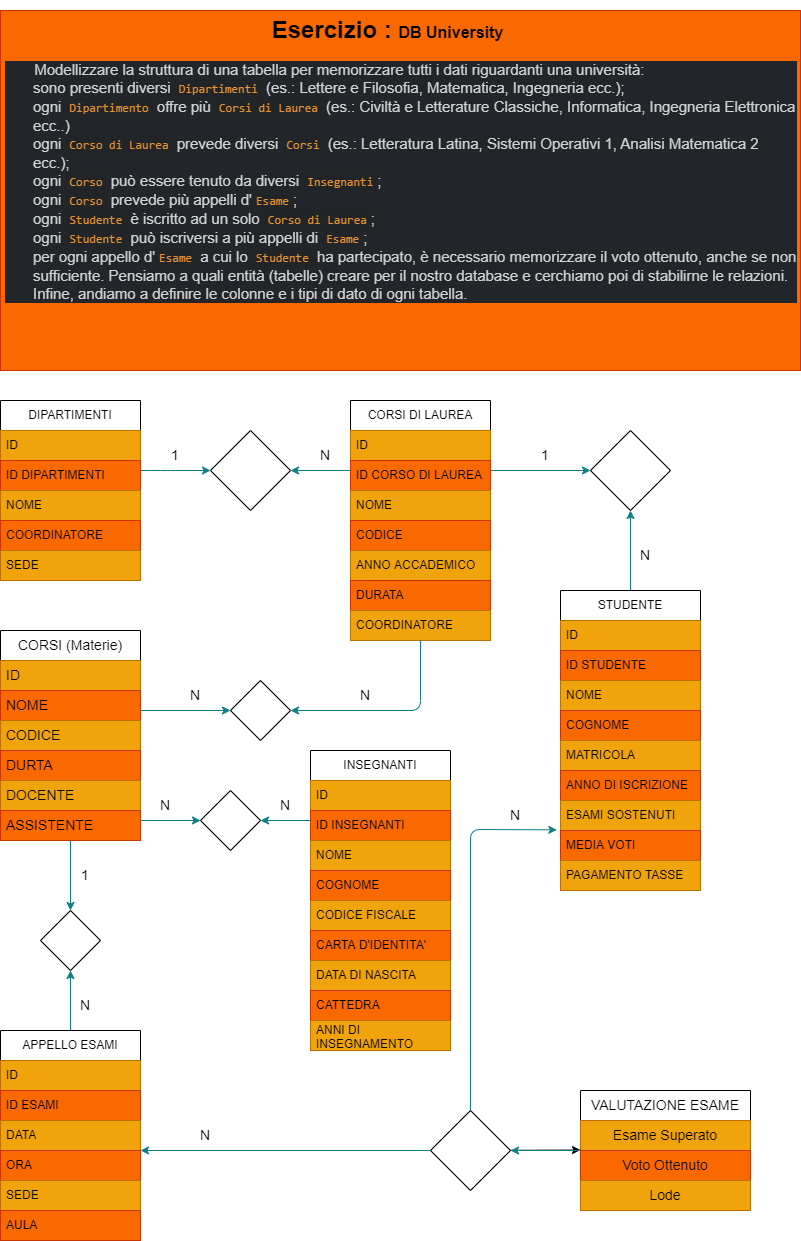
Above: index.png in Huntney1/db-university (draw.io), before the change. Source tidied: cells renumbered, new cells last; positions are measured from the earlier drawing's top-left corner, leaving out a move shared by most shapes.
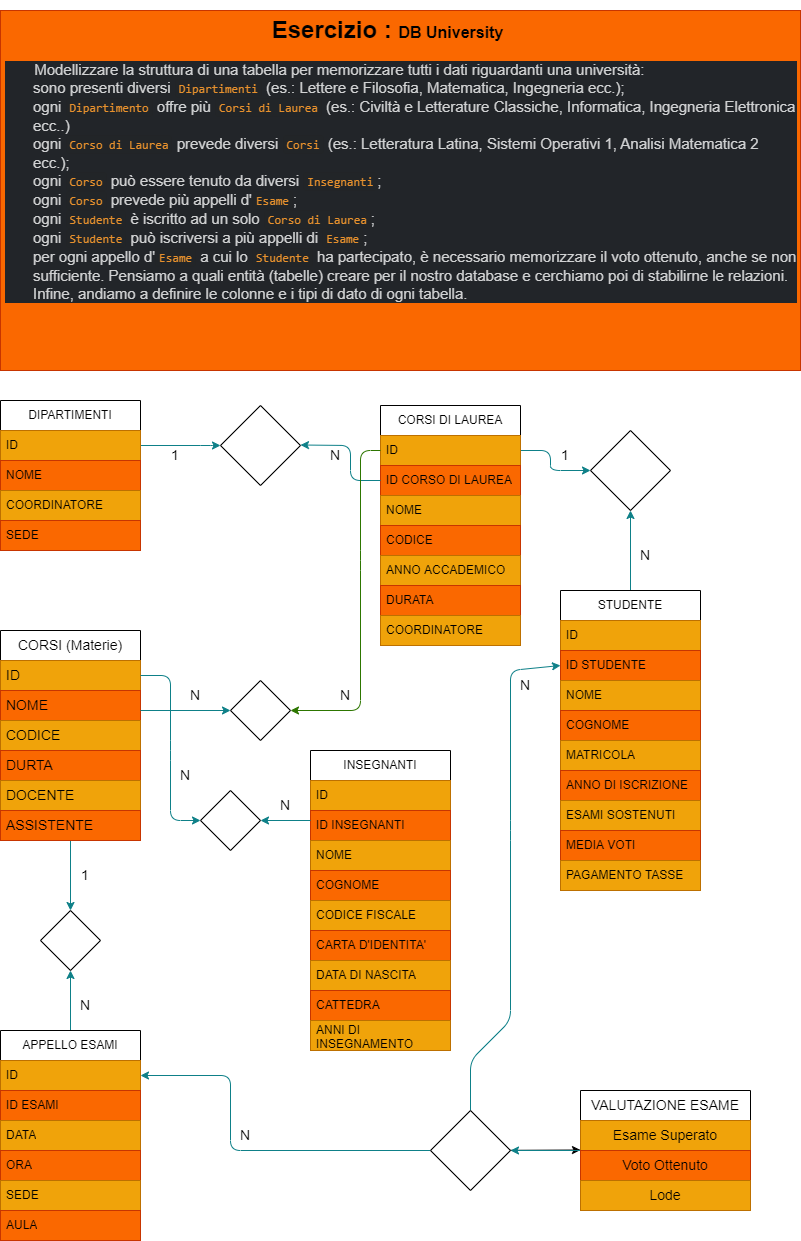
After the commit.

Change to the diagram source:
```diff
@@ -2,13 +2,17 @@
   <root>
     <mxCell id="0" />
     <mxCell id="1" parent="0" />
-    <mxCell id="2" style="edgeStyle=none;html=1;fontSize=14;fillColor=#b0e3e6;strokeColor=#0e8088;" parent="1" edge="1" target="51">
+    <mxCell id="2" style="edgeStyle=none;html=1;fontSize=14;fillColor=#b0e3e6;strokeColor=#0e8088;entryX=0;entryY=0.5;entryDx=0;entryDy=0;" parent="1" edge="1" target="51">
       <mxGeometry relative="1" as="geometry">
-        <mxPoint x="490" y="460" as="sourcePoint" />
+        <mxPoint x="520" y="440" as="sourcePoint" />
+        <Array as="points">
+          <mxPoint x="550" y="440" />
+          <mxPoint x="550" y="460" />
+        </Array>
       </mxGeometry>
     </mxCell>
     <mxCell id="3" value="CORSI DI LAUREA" style="swimlane;fontStyle=0;horizontal=1;startSize=30;whiteSpace=wrap;html=1;" parent="1" vertex="1">
-      <mxGeometry x="350" y="390" width="140" height="240" as="geometry" />
+      <mxGeometry x="380" y="395" width="140" height="240" as="geometry" />
     </mxCell>
     <mxCell id="4" value="ID&lt;span style=&quot;white-space: pre;&quot;&gt;&#9;&lt;/span&gt;" style="text;strokeColor=#BD7000;fillColor=#f0a30a;align=left;verticalAlign=middle;spacingLeft=4;spacingRight=4;overflow=hidden;points=[[0,0.5],[1,0.5]];portConstraint=eastwest;whiteSpace=wrap;html=1;fontColor=#000000;" parent="3" vertex="1">
       <mxGeometry y="30" width="140" height="30" as="geometry" />
@@ -31,34 +35,30 @@
     <mxCell id="10" value="COORDINATORE" style="text;strokeColor=#BD7000;fillColor=#f0a30a;align=left;verticalAlign=middle;spacingLeft=4;spacingRight=4;overflow=hidden;points=[[0,0.5],[1,0.5]];portConstraint=eastwest;whiteSpace=wrap;html=1;fontColor=#000000;" parent="3" vertex="1">
       <mxGeometry y="210" width="140" height="30" as="geometry" />
     </mxCell>
-    <mxCell id="11" style="edgeStyle=none;html=1;fontSize=14;strokeColor=#0e8088;fillColor=#b0e3e6;" parent="1" edge="1" target="18">
+    <mxCell id="11" style="edgeStyle=none;html=1;fontSize=14;strokeColor=#0e8088;fillColor=#b0e3e6;exitX=1;exitY=0.5;exitDx=0;exitDy=0;entryX=0;entryY=0.5;entryDx=0;entryDy=0;" parent="1" edge="1" source="13" target="18">
       <mxGeometry relative="1" as="geometry">
-        <mxPoint x="140" y="460" as="sourcePoint" />
         <Array as="points">
-          <mxPoint x="160" y="460" />
+          <mxPoint x="210" y="435" />
         </Array>
       </mxGeometry>
     </mxCell>
     <mxCell id="12" value="DIPARTIMENTI" style="swimlane;fontStyle=0;horizontal=1;startSize=30;whiteSpace=wrap;html=1;" parent="1" vertex="1">
-      <mxGeometry y="390" width="140" height="180" as="geometry" />
+      <mxGeometry y="390" width="140" height="150" as="geometry" />
     </mxCell>
     <mxCell id="13" value="ID" style="text;align=left;verticalAlign=middle;spacingLeft=4;spacingRight=4;overflow=hidden;points=[[0,0.5],[1,0.5]];portConstraint=eastwest;whiteSpace=wrap;html=1;fillColor=#f0a30a;fontColor=#000000;strokeColor=#BD7000;" parent="12" vertex="1">
       <mxGeometry y="30" width="140" height="30" as="geometry" />
     </mxCell>
-    <mxCell id="14" value="ID DIPARTIMENTI" style="text;align=left;verticalAlign=middle;spacingLeft=4;spacingRight=4;overflow=hidden;whiteSpace=wrap;html=1;fillColor=#fa6800;fontColor=#000000;strokeColor=#C73500;" parent="12" vertex="1">
-      <mxGeometry y="60" width="140" height="30" as="geometry" />
-    </mxCell>
-    <mxCell id="15" value="NOME&lt;span style=&quot;white-space: pre;&quot;&gt;&#9;&lt;span style=&quot;white-space: pre;&quot;&gt;&#9;&lt;/span&gt;&lt;/span&gt;" style="text;align=left;verticalAlign=middle;spacingLeft=4;spacingRight=4;overflow=hidden;whiteSpace=wrap;html=1;fillColor=#f0a30a;fontColor=#000000;strokeColor=#BD7000;" parent="12" vertex="1">
-      <mxGeometry y="90" width="140" height="30" as="geometry" />
+    <mxCell id="15" value="NOME&lt;span style=&quot;white-space: pre;&quot;&gt;&#9;&lt;span style=&quot;white-space: pre;&quot;&gt;&#9;&lt;/span&gt;&lt;/span&gt;" style="text;align=left;verticalAlign=middle;spacingLeft=4;spacingRight=4;overflow=hidden;whiteSpace=wrap;html=1;fillColor=#fa6800;fontColor=#000000;strokeColor=#C73500;" parent="12" vertex="1">
+      <mxGeometry y="60" width="140" height="30" as="geometry" />
     </mxCell>
-    <mxCell id="16" value="COORDINATORE" style="text;strokeColor=#C73500;fillColor=#fa6800;align=left;verticalAlign=middle;spacingLeft=4;spacingRight=4;overflow=hidden;whiteSpace=wrap;html=1;fontColor=#000000;" parent="12" vertex="1">
-      <mxGeometry y="120" width="140" height="30" as="geometry" />
+    <mxCell id="16" value="COORDINATORE" style="text;strokeColor=#BD7000;fillColor=#f0a30a;align=left;verticalAlign=middle;spacingLeft=4;spacingRight=4;overflow=hidden;whiteSpace=wrap;html=1;fontColor=#000000;" parent="12" vertex="1">
+      <mxGeometry y="90" width="140" height="30" as="geometry" />
     </mxCell>
-    <mxCell id="17" value="SEDE" style="text;strokeColor=#BD7000;fillColor=#f0a30a;align=left;verticalAlign=middle;spacingLeft=4;spacingRight=4;overflow=hidden;whiteSpace=wrap;html=1;fontColor=#000000;" parent="12" vertex="1">
-      <mxGeometry y="150" width="140" height="30" as="geometry" />
+    <mxCell id="17" value="SEDE" style="text;strokeColor=#C73500;fillColor=#fa6800;align=left;verticalAlign=middle;spacingLeft=4;spacingRight=4;overflow=hidden;whiteSpace=wrap;html=1;fontColor=#000000;" parent="12" vertex="1">
+      <mxGeometry y="120" width="140" height="30" as="geometry" />
     </mxCell>
     <mxCell id="18" style="rhombus;whiteSpace=wrap;html=1;" parent="1" vertex="1">
-      <mxGeometry x="210" y="420" width="80" height="80" as="geometry" />
+      <mxGeometry x="220" y="395" width="80" height="80" as="geometry" />
     </mxCell>
     <mxCell id="19" value="INSEGNANTI" style="swimlane;fontStyle=0;horizontal=1;startSize=30;whiteSpace=wrap;html=1;" parent="1" vertex="1">
       <mxGeometry x="310" y="740" width="140" height="300" as="geometry" />
@@ -154,7 +154,7 @@
       <mxGeometry x="160" y="430" width="30" height="30" as="geometry" />
     </mxCell>
     <mxCell id="50" value="N" style="text;html=1;strokeColor=none;fillColor=none;align=center;verticalAlign=middle;whiteSpace=wrap;rounded=0;fontSize=14;" parent="1" vertex="1">
-      <mxGeometry x="310" y="430" width="30" height="30" as="geometry" />
+      <mxGeometry x="320" y="430" width="30" height="30" as="geometry" />
     </mxCell>
     <mxCell id="51" style="rhombus;whiteSpace=wrap;html=1;fontSize=14;" parent="1" vertex="1">
       <mxGeometry x="590" y="420" width="80" height="80" as="geometry" />
@@ -189,15 +189,21 @@
     <mxCell id="61" style="rhombus;whiteSpace=wrap;html=1;fontSize=14;" parent="1" vertex="1">
       <mxGeometry x="200" y="780" width="60" height="60" as="geometry" />
     </mxCell>
-    <mxCell id="62" style="edgeStyle=none;html=1;fontSize=14;fillColor=#b0e3e6;strokeColor=#0e8088;" parent="1" edge="1" source="65">
+    <mxCell id="62" style="edgeStyle=none;html=1;fontSize=14;fillColor=#b0e3e6;strokeColor=#0e8088;entryX=1;entryY=0.5;entryDx=0;entryDy=0;exitX=0;exitY=0.5;exitDx=0;exitDy=0;" parent="1" edge="1" source="65" target="31">
       <mxGeometry relative="1" as="geometry">
-        <mxPoint x="140" y="1140" as="targetPoint" />
+        <Array as="points">
+          <mxPoint x="230" y="1140" />
+          <mxPoint x="230" y="1065" />
+        </Array>
       </mxGeometry>
     </mxCell>
-    <mxCell id="63" style="edgeStyle=none;html=1;entryX=-0.026;entryY=-0.022;entryDx=0;entryDy=0;entryPerimeter=0;fontSize=14;fillColor=#b0e3e6;strokeColor=#0e8088;" parent="1" edge="1" source="65" target="46">
+    <mxCell id="63" style="edgeStyle=none;html=1;entryX=0;entryY=0.5;entryDx=0;entryDy=0;fontSize=14;fillColor=#b0e3e6;strokeColor=#0e8088;" parent="1" edge="1" source="65" target="40">
       <mxGeometry relative="1" as="geometry">
         <Array as="points">
-          <mxPoint x="470" y="819" />
+          <mxPoint x="470" y="1050" />
+          <mxPoint x="510" y="1010" />
+          <mxPoint x="510" y="820" />
+          <mxPoint x="510" y="660" />
         </Array>
       </mxGeometry>
     </mxCell>
@@ -210,21 +216,27 @@
     <mxCell id="66" style="rhombus;whiteSpace=wrap;html=1;fontSize=14;" parent="1" vertex="1">
       <mxGeometry x="40" y="900" width="60" height="60" as="geometry" />
     </mxCell>
-    <mxCell id="67" style="edgeStyle=none;html=1;entryX=1;entryY=0.5;entryDx=0;entryDy=0;fontSize=14;fillColor=#b0e3e6;strokeColor=#0e8088;" parent="1" edge="1" target="18">
+    <mxCell id="67" style="edgeStyle=none;html=1;fontSize=14;fillColor=#b0e3e6;strokeColor=#0e8088;exitX=0;exitY=0.5;exitDx=0;exitDy=0;" parent="1" edge="1" source="5">
       <mxGeometry relative="1" as="geometry">
-        <mxPoint x="350" y="460" as="sourcePoint" />
+        <mxPoint x="300" y="434.5" as="targetPoint" />
+        <Array as="points">
+          <mxPoint x="350" y="470" />
+          <mxPoint x="350" y="435" />
+        </Array>
       </mxGeometry>
     </mxCell>
     <mxCell id="68" value="1" style="text;html=1;strokeColor=none;fillColor=none;align=center;verticalAlign=middle;whiteSpace=wrap;rounded=0;fontSize=14;" parent="1" vertex="1">
-      <mxGeometry x="530" y="430" width="30" height="30" as="geometry" />
+      <mxGeometry x="550" y="430" width="30" height="30" as="geometry" />
     </mxCell>
     <mxCell id="69" value="N" style="text;html=1;strokeColor=none;fillColor=none;align=center;verticalAlign=middle;whiteSpace=wrap;rounded=0;fontSize=14;" parent="1" vertex="1">
       <mxGeometry x="630" y="530" width="30" height="30" as="geometry" />
     </mxCell>
-    <mxCell id="70" style="edgeStyle=none;html=1;fontSize=14;fillColor=#b0e3e6;strokeColor=#0e8088;" parent="1" edge="1" source="10" target="60">
+    <mxCell id="70" style="edgeStyle=none;html=1;fontSize=14;fillColor=#60a917;strokeColor=#2D7600;exitX=0;exitY=0.5;exitDx=0;exitDy=0;" parent="1" edge="1" source="4" target="60">
       <mxGeometry relative="1" as="geometry">
         <Array as="points">
-          <mxPoint x="420" y="700" />
+          <mxPoint x="360" y="440" />
+          <mxPoint x="360" y="550" />
+          <mxPoint x="360" y="700" />
         </Array>
       </mxGeometry>
     </mxCell>
@@ -234,14 +246,18 @@
       </mxGeometry>
     </mxCell>
     <mxCell id="72" value="N" style="text;html=1;strokeColor=none;fillColor=none;align=center;verticalAlign=middle;whiteSpace=wrap;rounded=0;fontSize=14;" parent="1" vertex="1">
-      <mxGeometry x="350" y="670" width="30" height="30" as="geometry" />
+      <mxGeometry x="330" y="670" width="30" height="30" as="geometry" />
     </mxCell>
     <mxCell id="73" value="N" style="text;html=1;strokeColor=none;fillColor=none;align=center;verticalAlign=middle;whiteSpace=wrap;rounded=0;fontSize=14;" parent="1" vertex="1">
       <mxGeometry x="180" y="670" width="30" height="30" as="geometry" />
     </mxCell>
-    <mxCell id="74" style="edgeStyle=none;html=1;entryX=0;entryY=0.5;entryDx=0;entryDy=0;fontSize=14;fillColor=#b0e3e6;strokeColor=#0e8088;" parent="1" edge="1" target="61">
+    <mxCell id="74" style="edgeStyle=none;html=1;entryX=0;entryY=0.5;entryDx=0;entryDy=0;fontSize=14;fillColor=#b0e3e6;strokeColor=#0e8088;exitX=1;exitY=0.5;exitDx=0;exitDy=0;" parent="1" edge="1" source="54" target="61">
       <mxGeometry relative="1" as="geometry">
-        <mxPoint x="140" y="810" as="sourcePoint" />
+        <Array as="points">
+          <mxPoint x="170" y="665" />
+          <mxPoint x="170" y="740" />
+          <mxPoint x="170" y="810" />
+        </Array>
       </mxGeometry>
     </mxCell>
     <mxCell id="75" style="edgeStyle=none;html=1;entryX=1;entryY=0.5;entryDx=0;entryDy=0;fontSize=14;fillColor=#b0e3e6;strokeColor=#0e8088;" parent="1" edge="1" target="61">
@@ -250,7 +266,7 @@
       </mxGeometry>
     </mxCell>
     <mxCell id="76" value="N" style="text;html=1;strokeColor=none;fillColor=none;align=center;verticalAlign=middle;whiteSpace=wrap;rounded=0;fontSize=14;" parent="1" vertex="1">
-      <mxGeometry x="190" y="1110" width="30" height="30" as="geometry" />
+      <mxGeometry x="230" y="1110" width="30" height="30" as="geometry" />
     </mxCell>
     <mxCell id="77" value="N" style="text;html=1;strokeColor=none;fillColor=none;align=center;verticalAlign=middle;whiteSpace=wrap;rounded=0;fontSize=14;" parent="1" vertex="1">
       <mxGeometry x="70" y="980" width="30" height="30" as="geometry" />
@@ -259,13 +275,13 @@
       <mxGeometry x="70" y="850" width="30" height="30" as="geometry" />
     </mxCell>
     <mxCell id="79" value="N" style="text;html=1;strokeColor=none;fillColor=none;align=center;verticalAlign=middle;whiteSpace=wrap;rounded=0;fontSize=14;" parent="1" vertex="1">
-      <mxGeometry x="150" y="780" width="30" height="30" as="geometry" />
+      <mxGeometry x="170" y="750" width="30" height="30" as="geometry" />
     </mxCell>
     <mxCell id="80" value="N" style="text;html=1;strokeColor=none;fillColor=none;align=center;verticalAlign=middle;whiteSpace=wrap;rounded=0;fontSize=14;" parent="1" vertex="1">
       <mxGeometry x="270" y="780" width="30" height="30" as="geometry" />
     </mxCell>
     <mxCell id="81" value="N" style="text;html=1;strokeColor=none;fillColor=none;align=center;verticalAlign=middle;whiteSpace=wrap;rounded=0;fontSize=14;" parent="1" vertex="1">
-      <mxGeometry x="500" y="790" width="30" height="30" as="geometry" />
+      <mxGeometry x="510" y="660" width="30" height="30" as="geometry" />
     </mxCell>
     <mxCell id="82" style="edgeStyle=none;html=1;fontSize=14;fillColor=#b0e3e6;strokeColor=#0e8088;" parent="1" edge="1" source="83" target="65">
       <mxGeometry relative="1" as="geometry" />
```
